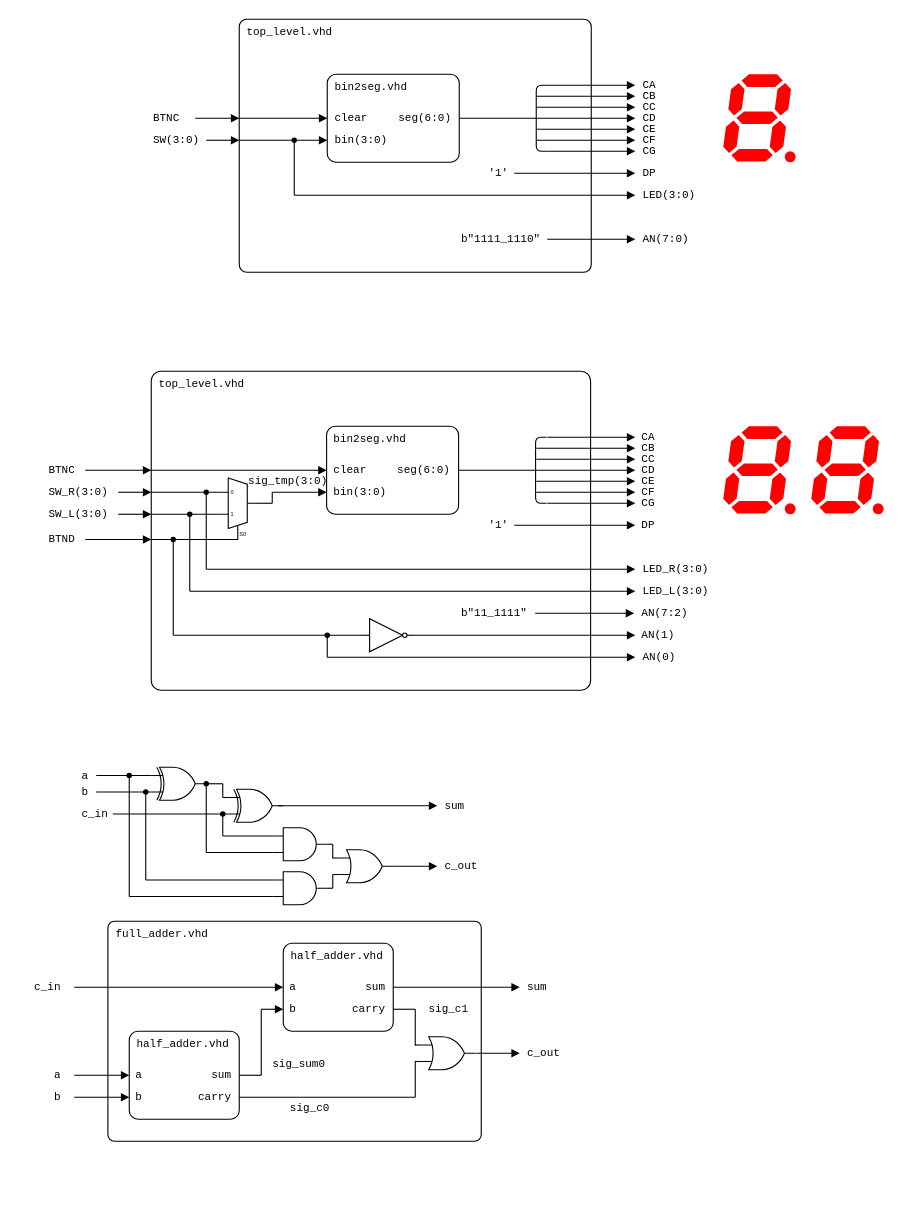
Above: labs/04-adder/images/lab4_adder.drawio in tomas-fryza/vhdl-course (draw.io), before the change. Source tidied: cells renumbered, new cells numbered last; positions are measured from the earlier drawing's top-left corner, leaving out a move shared by most shapes. Both pictures are drawn from the tidied source at 110%, with x=0, y=0 at pixel (19, 19).
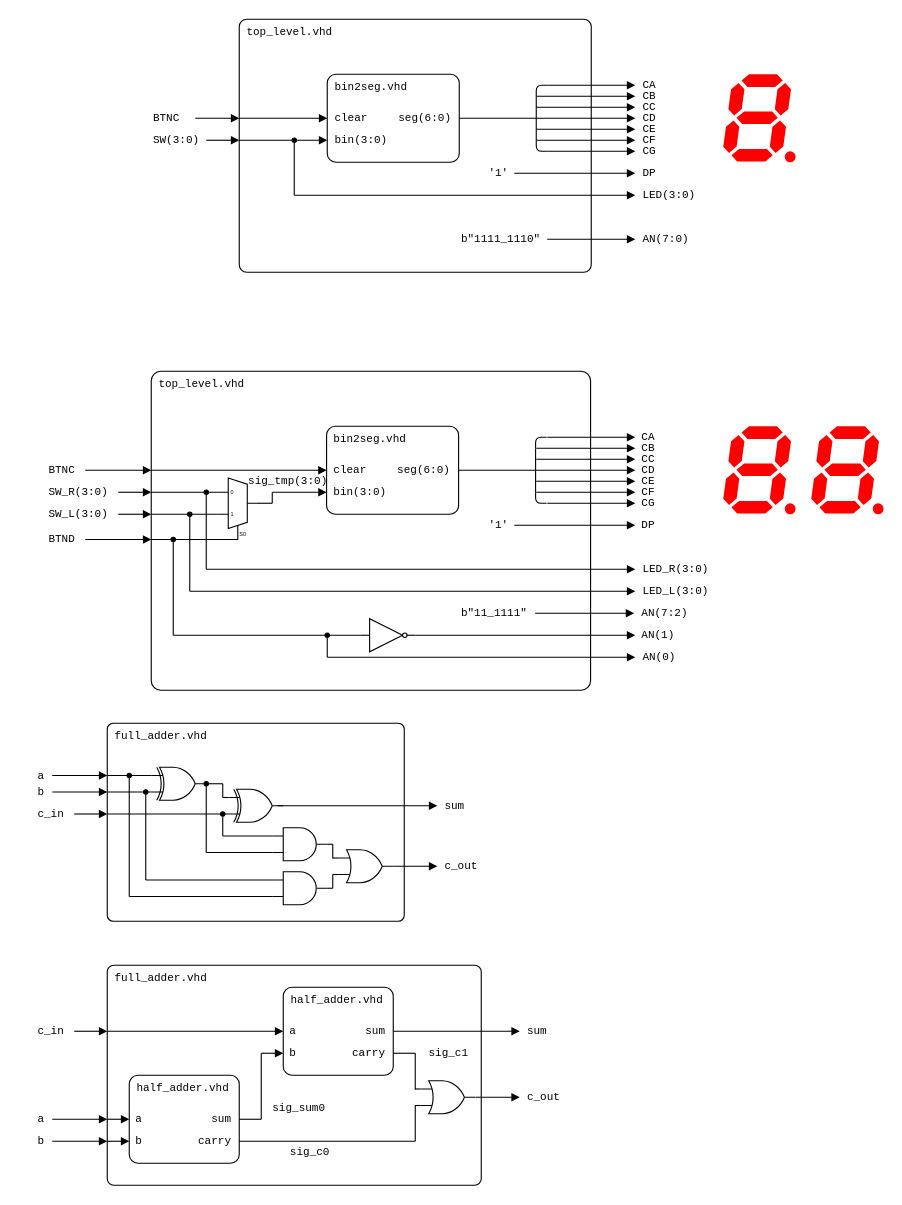
The same page after the edit.

Diff of the diagram source:
```diff
@@
+    <mxCell id="167" value="full_adder.vhd" style="rounded=1;arcSize=3;whiteSpace=wrap;html=1;align=left;verticalAlign=top;fontFamily=Courier New;absoluteArcSize=0;fillColor=none;fontSize=10;spacingLeft=5;imageHeight=24;" parent="1" vertex="1">
+      <mxGeometry x="80" y="640" width="270" height="180" as="geometry" />
+    </mxCell>
@@
     <mxCell id="105" style="endArrow=none;html=1;rounded=0;endFill=0;endSize=5;startSize=5;" parent="1" edge="1">
       <mxGeometry relative="1" as="geometry">
-        <mxPoint x="70" y="687.5" as="sourcePoint" />
+        <mxPoint x="80" y="687.5" as="sourcePoint" />
         <mxPoint x="120" y="687.5" as="targetPoint" />
       </mxGeometry>
     </mxCell>
     <mxCell id="106" style="endArrow=none;html=1;rounded=0;endFill=0;endSize=5;startSize=5;" parent="1" edge="1">
       <mxGeometry relative="1" as="geometry">
-        <mxPoint x="70" y="702.5" as="sourcePoint" />
+        <mxPoint x="80" y="702.5" as="sourcePoint" />
         <mxPoint x="120" y="702.5" as="targetPoint" />
       </mxGeometry>
     </mxCell>
     <mxCell id="107" style="endArrow=none;html=1;rounded=0;endFill=0;endSize=5;startSize=5;" parent="1" edge="1">
       <mxGeometry relative="1" as="geometry">
-        <mxPoint x="85" y="722.5" as="sourcePoint" />
+        <mxPoint x="80" y="722.5" as="sourcePoint" />
         <mxPoint x="190" y="722.5" as="targetPoint" />
       </mxGeometry>
     </mxCell>
@@
     <mxCell id="110" value="a" style="text;html=1;align=left;verticalAlign=middle;whiteSpace=wrap;rounded=0;fontFamily=Courier New;fontSize=10;fillOpacity=100;spacing=2;spacingLeft=0;" parent="1" vertex="1">
-      <mxGeometry x="55" y="677.5" width="30" height="20" as="geometry" />
+      <mxGeometry x="15" y="677.5" width="30" height="20" as="geometry" />
     </mxCell>
     <mxCell id="111" value="b" style="text;html=1;align=left;verticalAlign=middle;whiteSpace=wrap;rounded=0;fontFamily=Courier New;fontSize=10;fillOpacity=100;spacing=2;spacingLeft=0;" parent="1" vertex="1">
-      <mxGeometry x="55" y="692.5" width="30" height="20" as="geometry" />
+      <mxGeometry x="15" y="692.5" width="30" height="20" as="geometry" />
     </mxCell>
     <mxCell id="112" value="c_in" style="text;html=1;align=left;verticalAlign=middle;whiteSpace=wrap;rounded=0;fontFamily=Courier New;fontSize=10;fillOpacity=100;spacing=2;spacingLeft=0;" parent="1" vertex="1">
-      <mxGeometry x="55" y="712.5" width="30" height="20" as="geometry" />
+      <mxGeometry x="15" y="712.5" width="30" height="20" as="geometry" />
     </mxCell>
@@
     <mxCell id="133" value="half_adder.vhd" style="rounded=1;arcSize=10;align=left;verticalAlign=top;fontFamily=Courier New;absoluteArcSize=0;fillColor=none;fixDash=0;fontSize=10;spacingLeft=5;labelBorderColor=none;spacingTop=0;spacing=2;labelBackgroundColor=none;whiteSpace=wrap;html=1;strokeWidth=1;shadow=0;glass=0;" parent="1" vertex="1">
-      <mxGeometry x="240" y="840" width="100" height="80" as="geometry" />
+      <mxGeometry x="240" y="880" width="100" height="80" as="geometry" />
     </mxCell>
     <mxCell id="134" value="b" style="text;html=1;align=left;verticalAlign=middle;whiteSpace=wrap;rounded=0;fontFamily=Courier New;fontSize=10;fillOpacity=100;spacingLeft=5;" parent="1" vertex="1">
-      <mxGeometry x="239.4" y="890" width="60" height="20" as="geometry" />
+      <mxGeometry x="239.4" y="930" width="60" height="20" as="geometry" />
     </mxCell>
     <mxCell id="135" value="a" style="text;html=1;align=left;verticalAlign=middle;whiteSpace=wrap;rounded=0;fontFamily=Courier New;fontSize=10;fillOpacity=100;spacing=2;spacingLeft=5;" parent="1" vertex="1">
-      <mxGeometry x="239.4" y="870" width="60" height="20" as="geometry" />
+      <mxGeometry x="239.4" y="910" width="60" height="20" as="geometry" />
     </mxCell>
     <mxCell id="136" style="endArrow=block;html=1;rounded=0;endFill=1;endSize=5;startSize=5;" parent="1" edge="1">
       <mxGeometry relative="1" as="geometry">
-        <mxPoint x="50" y="880" as="sourcePoint" />
-        <mxPoint x="240" y="880" as="targetPoint" />
+        <mxPoint x="80" y="920" as="sourcePoint" />
+        <mxPoint x="240" y="920" as="targetPoint" />
       </mxGeometry>
     </mxCell>
     <mxCell id="137" style="endArrow=block;html=1;rounded=0;endFill=1;endSize=5;startSize=5;" parent="1" edge="1">
       <mxGeometry relative="1" as="geometry">
-        <mxPoint x="220" y="900" as="sourcePoint" />
-        <mxPoint x="240" y="900" as="targetPoint" />
+        <mxPoint x="220" y="940" as="sourcePoint" />
+        <mxPoint x="240" y="940" as="targetPoint" />
       </mxGeometry>
     </mxCell>
     <mxCell id="138" value="sum" style="text;html=1;align=right;verticalAlign=middle;whiteSpace=wrap;rounded=0;fontFamily=Courier New;fontSize=10;fillOpacity=100;spacing=2;spacingRight=5;" parent="1" vertex="1">
-      <mxGeometry x="280" y="870" width="60" height="20" as="geometry" />
+      <mxGeometry x="280" y="910" width="60" height="20" as="geometry" />
     </mxCell>
     <mxCell id="139" style="endArrow=block;html=1;rounded=0;exitX=1;exitY=0.5;exitDx=0;exitDy=0;endFill=1;endSize=5;startSize=5;" parent="1" edge="1" source="138">
       <mxGeometry relative="1" as="geometry">
-        <mxPoint x="455" y="880" as="targetPoint" />
+        <mxPoint x="455" y="920" as="targetPoint" />
       </mxGeometry>
     </mxCell>
     <mxCell id="140" value="carry" style="text;html=1;align=right;verticalAlign=middle;whiteSpace=wrap;rounded=0;fontFamily=Courier New;fontSize=10;fillOpacity=100;spacing=2;spacingRight=5;" parent="1" vertex="1">
-      <mxGeometry x="280" y="890" width="60" height="20" as="geometry" />
+      <mxGeometry x="280" y="930" width="60" height="20" as="geometry" />
     </mxCell>
     <mxCell id="141" style="endArrow=none;html=1;rounded=0;exitX=1;exitY=0.5;exitDx=0;exitDy=0;endFill=0;endSize=5;startSize=5;" parent="1" edge="1" source="140">
       <mxGeometry relative="1" as="geometry">
-        <mxPoint x="360" y="900" as="targetPoint" />
+        <mxPoint x="360" y="940" as="targetPoint" />
       </mxGeometry>
     </mxCell>
     <mxCell id="142" value="half_adder.vhd" style="rounded=1;arcSize=10;align=left;verticalAlign=top;fontFamily=Courier New;absoluteArcSize=0;fillColor=none;fixDash=0;fontSize=10;spacingLeft=5;labelBorderColor=none;spacingTop=0;spacing=2;labelBackgroundColor=none;whiteSpace=wrap;html=1;strokeWidth=1;shadow=0;glass=0;" parent="1" vertex="1">
-      <mxGeometry x="100" y="920" width="100" height="80" as="geometry" />
+      <mxGeometry x="100" y="960" width="100" height="80" as="geometry" />
     </mxCell>
     <mxCell id="143" value="b" style="text;html=1;align=left;verticalAlign=middle;whiteSpace=wrap;rounded=0;fontFamily=Courier New;fontSize=10;fillOpacity=100;spacingLeft=5;" parent="1" vertex="1">
-      <mxGeometry x="99.4" y="970" width="60" height="20" as="geometry" />
+      <mxGeometry x="99.4" y="1010" width="60" height="20" as="geometry" />
     </mxCell>
     <mxCell id="144" value="a" style="text;html=1;align=left;verticalAlign=middle;whiteSpace=wrap;rounded=0;fontFamily=Courier New;fontSize=10;fillOpacity=100;spacing=2;spacingLeft=5;" parent="1" vertex="1">
-      <mxGeometry x="99.4" y="950" width="60" height="20" as="geometry" />
+      <mxGeometry x="99.4" y="990" width="60" height="20" as="geometry" />
     </mxCell>
     <mxCell id="145" value="sum" style="text;html=1;align=right;verticalAlign=middle;whiteSpace=wrap;rounded=0;fontFamily=Courier New;fontSize=10;fillOpacity=100;spacing=2;spacingRight=5;" parent="1" vertex="1">
-      <mxGeometry x="140" y="950" width="60" height="20" as="geometry" />
+      <mxGeometry x="140" y="990" width="60" height="20" as="geometry" />
     </mxCell>
     <mxCell id="146" value="carry" style="text;html=1;align=right;verticalAlign=middle;whiteSpace=wrap;rounded=0;fontFamily=Courier New;fontSize=10;fillOpacity=100;spacing=2;spacingRight=5;" parent="1" vertex="1">
-      <mxGeometry x="140" y="970" width="60" height="20" as="geometry" />
+      <mxGeometry x="140" y="1010" width="60" height="20" as="geometry" />
     </mxCell>
     <mxCell id="147" style="endArrow=block;html=1;rounded=0;endFill=1;endSize=5;startSize=5;" parent="1" edge="1">
       <mxGeometry relative="1" as="geometry">
-        <mxPoint x="50" y="960" as="sourcePoint" />
-        <mxPoint x="100" y="960" as="targetPoint" />
+        <mxPoint x="80" y="1000" as="sourcePoint" />
+        <mxPoint x="100" y="1000" as="targetPoint" />
       </mxGeometry>
     </mxCell>
     <mxCell id="148" style="endArrow=block;html=1;rounded=0;endFill=1;endSize=5;startSize=5;" parent="1" edge="1">
       <mxGeometry relative="1" as="geometry">
-        <mxPoint x="50" y="980" as="sourcePoint" />
-        <mxPoint x="100" y="980" as="targetPoint" />
+        <mxPoint x="80" y="1020" as="sourcePoint" />
+        <mxPoint x="100" y="1020" as="targetPoint" />
       </mxGeometry>
     </mxCell>
     <mxCell id="149" style="endArrow=none;html=1;rounded=0;exitX=1;exitY=0.5;exitDx=0;exitDy=0;endFill=0;endSize=5;startSize=5;" parent="1" edge="1">
       <mxGeometry relative="1" as="geometry">
-        <mxPoint x="200" y="960" as="sourcePoint" />
-        <mxPoint x="220" y="960" as="targetPoint" />
+        <mxPoint x="200" y="1000" as="sourcePoint" />
+        <mxPoint x="220" y="1000" as="targetPoint" />
       </mxGeometry>
     </mxCell>
     <mxCell id="150" style="endArrow=none;html=1;rounded=0;exitX=1;exitY=0.5;exitDx=0;exitDy=0;endFill=0;endSize=5;startSize=5;" parent="1" edge="1">
       <mxGeometry relative="1" as="geometry">
-        <mxPoint x="200" y="980" as="sourcePoint" />
-        <mxPoint x="360" y="980" as="targetPoint" />
+        <mxPoint x="200" y="1020" as="sourcePoint" />
+        <mxPoint x="360" y="1020" as="targetPoint" />
       </mxGeometry>
     </mxCell>
     <mxCell id="151" style="endArrow=none;html=1;rounded=0;startArrow=none;startFill=0;endSize=4;startSize=4;" parent="1" edge="1">
       <mxGeometry relative="1" as="geometry">
-        <mxPoint x="220" y="900" as="sourcePoint" />
-        <mxPoint x="220" y="960" as="targetPoint" />
+        <mxPoint x="220" y="940" as="sourcePoint" />
+        <mxPoint x="220" y="1000" as="targetPoint" />
       </mxGeometry>
     </mxCell>
     <mxCell id="152" style="verticalLabelPosition=bottom;shadow=0;dashed=0;align=center;html=1;verticalAlign=top;shape=mxgraph.electrical.logic_gates.logic_gate;operation=or;" parent="1" vertex="1">
-      <mxGeometry x="364.7" y="925" width="50" height="30" as="geometry" />
+      <mxGeometry x="364.7" y="965" width="50" height="30" as="geometry" />
     </mxCell>
     <mxCell id="153" style="endArrow=none;html=1;rounded=0;endFill=0;endSize=5;startSize=5;" parent="1" edge="1">
       <mxGeometry relative="1" as="geometry">
-        <mxPoint x="359.7" y="932.5" as="sourcePoint" />
-        <mxPoint x="364.7" y="932.5" as="targetPoint" />
+        <mxPoint x="359.7" y="972.5" as="sourcePoint" />
+        <mxPoint x="364.7" y="972.5" as="targetPoint" />
       </mxGeometry>
     </mxCell>
     <mxCell id="154" style="endArrow=none;html=1;rounded=0;endFill=0;endSize=5;startSize=5;" parent="1" edge="1">
       <mxGeometry relative="1" as="geometry">
-        <mxPoint x="360" y="900" as="sourcePoint" />
-        <mxPoint x="360" y="933" as="targetPoint" />
+        <mxPoint x="360" y="940" as="sourcePoint" />
+        <mxPoint x="360" y="973" as="targetPoint" />
       </mxGeometry>
     </mxCell>
     <mxCell id="155" style="endArrow=none;html=1;rounded=0;endFill=0;endSize=5;startSize=5;" parent="1" edge="1">
       <mxGeometry relative="1" as="geometry">
-        <mxPoint x="360" y="947.5" as="sourcePoint" />
-        <mxPoint x="360" y="980" as="targetPoint" />
+        <mxPoint x="360" y="987.5" as="sourcePoint" />
+        <mxPoint x="360" y="1020" as="targetPoint" />
       </mxGeometry>
     </mxCell>
     <mxCell id="156" style="endArrow=none;html=1;rounded=0;endFill=0;endSize=5;startSize=5;" parent="1" edge="1">
       <mxGeometry relative="1" as="geometry">
-        <mxPoint x="359.7" y="947.5" as="sourcePoint" />
-        <mxPoint x="364.7" y="947.5" as="targetPoint" />
+        <mxPoint x="359.7" y="987.5" as="sourcePoint" />
+        <mxPoint x="364.7" y="987.5" as="targetPoint" />
       </mxGeometry>
     </mxCell>
     <mxCell id="157" style="endArrow=block;html=1;rounded=0;endFill=1;orthogonal=1;endSize=5;startSize=5;" parent="1" edge="1">
       <mxGeometry relative="1" as="geometry">
-        <mxPoint x="415" y="940" as="sourcePoint" />
-        <mxPoint x="455" y="940" as="targetPoint" />
+        <mxPoint x="415" y="980" as="sourcePoint" />
+        <mxPoint x="455" y="980" as="targetPoint" />
       </mxGeometry>
     </mxCell>
     <mxCell id="158" value="c_out" style="text;html=1;align=left;verticalAlign=middle;whiteSpace=wrap;rounded=0;fontFamily=Courier New;fontSize=10;fillOpacity=100;spacing=2;spacingLeft=5;" parent="1" vertex="1">
-      <mxGeometry x="454.7" y="930" width="60.6" height="20" as="geometry" />
+      <mxGeometry x="454.7" y="970" width="60.6" height="20" as="geometry" />
     </mxCell>
     <mxCell id="159" value="sum" style="text;html=1;align=left;verticalAlign=middle;whiteSpace=wrap;rounded=0;fontFamily=Courier New;fontSize=10;fillOpacity=100;spacing=2;spacingLeft=5;" parent="1" vertex="1">
-      <mxGeometry x="454.7" y="870" width="60.6" height="20" as="geometry" />
+      <mxGeometry x="454.7" y="910" width="60.6" height="20" as="geometry" />
     </mxCell>
-    <mxCell id="160" value="c_in" style="text;html=1;align=right;verticalAlign=middle;whiteSpace=wrap;rounded=0;fontFamily=Courier New;fontSize=10;fillOpacity=100;spacing=2;spacingLeft=0;" parent="1" vertex="1">
-      <mxGeometry y="870" width="40" height="20" as="geometry" />
+    <mxCell id="160" value="c_in" style="text;html=1;align=left;verticalAlign=middle;whiteSpace=wrap;rounded=0;fontFamily=Courier New;fontSize=10;fillOpacity=100;spacing=2;spacingLeft=0;" parent="1" vertex="1">
+      <mxGeometry x="15" y="910" width="35" height="20" as="geometry" />
     </mxCell>
-    <mxCell id="161" value="a" style="text;html=1;align=right;verticalAlign=middle;whiteSpace=wrap;rounded=0;fontFamily=Courier New;fontSize=10;fillOpacity=100;spacing=2;spacingLeft=0;" parent="1" vertex="1">
-      <mxGeometry y="950" width="40" height="20" as="geometry" />
+    <mxCell id="161" value="a" style="text;html=1;align=left;verticalAlign=middle;whiteSpace=wrap;rounded=0;fontFamily=Courier New;fontSize=10;fillOpacity=100;spacing=2;spacingLeft=0;" parent="1" vertex="1">
+      <mxGeometry x="15" y="990" width="20" height="20" as="geometry" />
     </mxCell>
-    <mxCell id="162" value="b" style="text;html=1;align=right;verticalAlign=middle;whiteSpace=wrap;rounded=0;fontFamily=Courier New;fontSize=10;fillOpacity=100;spacing=2;spacingLeft=0;" parent="1" vertex="1">
-      <mxGeometry y="970" width="40" height="20" as="geometry" />
+    <mxCell id="162" value="b" style="text;html=1;align=left;verticalAlign=middle;whiteSpace=wrap;rounded=0;fontFamily=Courier New;fontSize=10;fillOpacity=100;spacing=2;spacingLeft=0;" parent="1" vertex="1">
+      <mxGeometry x="15" y="1010" width="20" height="20" as="geometry" />
     </mxCell>
     <mxCell id="163" value="sig_c0" style="text;html=1;align=center;verticalAlign=middle;whiteSpace=wrap;rounded=0;fontFamily=Courier New;fontSize=10;fillOpacity=100;spacing=2;spacingLeft=0;" parent="1" vertex="1">
-      <mxGeometry x="239.4" y="980" width="50.6" height="20" as="geometry" />
+      <mxGeometry x="239.4" y="1020" width="50.6" height="20" as="geometry" />
     </mxCell>
     <mxCell id="164" value="sig_sum0" style="text;html=1;align=center;verticalAlign=middle;whiteSpace=wrap;rounded=0;fontFamily=Courier New;fontSize=10;fillOpacity=100;spacing=2;spacingLeft=0;" parent="1" vertex="1">
-      <mxGeometry x="228.7" y="940" width="50.6" height="20" as="geometry" />
+      <mxGeometry x="228.7" y="980" width="50.6" height="20" as="geometry" />
     </mxCell>
     <mxCell id="165" value="sig_c1" style="text;html=1;align=center;verticalAlign=middle;whiteSpace=wrap;rounded=0;fontFamily=Courier New;fontSize=10;fillOpacity=100;spacing=2;spacingLeft=0;" parent="1" vertex="1">
-      <mxGeometry x="364.7" y="890" width="50.6" height="20" as="geometry" />
+      <mxGeometry x="364.7" y="930" width="50.6" height="20" as="geometry" />
     </mxCell>
     <mxCell id="166" value="full_adder.vhd" style="rounded=1;arcSize=3;whiteSpace=wrap;html=1;align=left;verticalAlign=top;fontFamily=Courier New;absoluteArcSize=0;fillColor=none;fontSize=10;spacingLeft=5;imageHeight=24;" parent="1" vertex="1">
-      <mxGeometry x="80.6" y="820" width="339.4" height="200" as="geometry" />
+      <mxGeometry x="80" y="860" width="340" height="200" as="geometry" />
     </mxCell>
+    <mxCell id="168" style="endArrow=block;html=1;rounded=0;endFill=1;endSize=5;startSize=5;" parent="1" edge="1">
+      <mxGeometry relative="1" as="geometry">
+        <mxPoint x="30" y="1020" as="sourcePoint" />
+        <mxPoint x="80" y="1020" as="targetPoint" />
+      </mxGeometry>
+    </mxCell>
+    <mxCell id="169" style="endArrow=block;html=1;rounded=0;endFill=1;endSize=5;startSize=5;" parent="1" edge="1">
+      <mxGeometry relative="1" as="geometry">
+        <mxPoint x="30" y="1000" as="sourcePoint" />
+        <mxPoint x="80" y="1000" as="targetPoint" />
+      </mxGeometry>
+    </mxCell>
+    <mxCell id="170" style="endArrow=block;html=1;rounded=0;endFill=1;endSize=5;startSize=5;" parent="1" edge="1">
+      <mxGeometry relative="1" as="geometry">
+        <mxPoint x="50" y="920" as="sourcePoint" />
+        <mxPoint x="80" y="920" as="targetPoint" />
+      </mxGeometry>
+    </mxCell>
+    <mxCell id="171" style="endArrow=block;html=1;rounded=0;endFill=1;endSize=5;startSize=5;" parent="1" edge="1">
+      <mxGeometry relative="1" as="geometry">
+        <mxPoint x="50" y="722.5" as="sourcePoint" />
+        <mxPoint x="80" y="722.5" as="targetPoint" />
+      </mxGeometry>
+    </mxCell>
+    <mxCell id="172" style="endArrow=block;html=1;rounded=0;endFill=1;endSize=5;startSize=5;" parent="1" edge="1">
+      <mxGeometry relative="1" as="geometry">
+        <mxPoint x="30" y="702.5" as="sourcePoint" />
+        <mxPoint x="80" y="702.5" as="targetPoint" />
+      </mxGeometry>
+    </mxCell>
+    <mxCell id="173" style="endArrow=block;html=1;rounded=0;endFill=1;endSize=5;startSize=5;" parent="1" edge="1">
+      <mxGeometry relative="1" as="geometry">
+        <mxPoint x="30" y="687.5" as="sourcePoint" />
+        <mxPoint x="80" y="687.5" as="targetPoint" />
+      </mxGeometry>
+    </mxCell>
```
